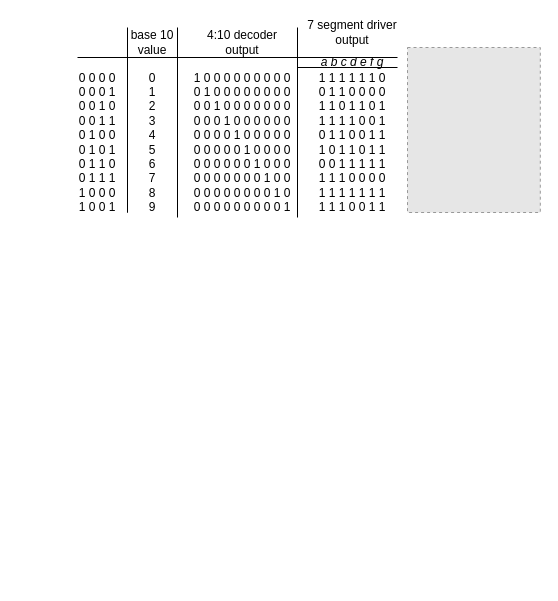
patrick965/CSCS1200S21 keeps this draw.io diagram as page "7 segment driver" (3 of 3) of CSCS1200 Notes.drawio. Above is the earlier version. Source tidied: cells renumbered, new cells numbered last; positions are measured from the earlier drawing's top-left corner, leaving out a move shared by most shapes. Both pictures are drawn from the tidied source at 100%, with x=0, y=0 at pixel (67, 17). Pictures stored in the file or linked from it are replaced by grey dashed boxes.
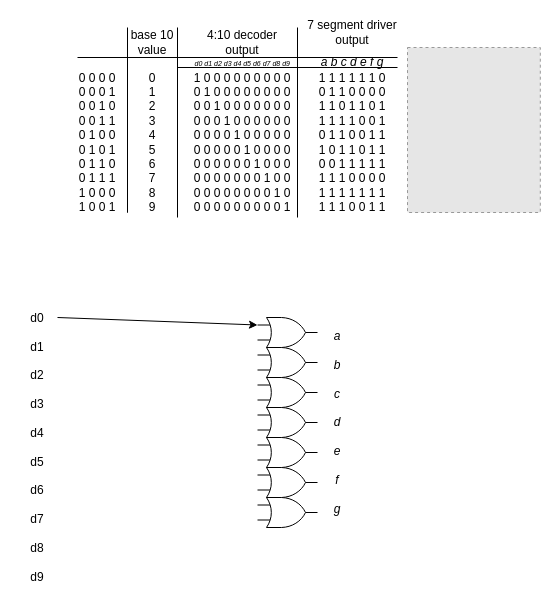
After the change.

Commit message:
started 7 segment logic gates

Diff of the diagram source:
```diff
@@
     <mxCell id="16" style="endArrow=none;html=1;" parent="1" edge="1">
       <mxGeometry relative="1" as="geometry">
-        <mxPoint x="230" y="50" as="sourcePoint" />
+        <mxPoint x="110" y="50" as="sourcePoint" />
         <mxPoint x="330" y="50" as="targetPoint" />
       </mxGeometry>
     </mxCell>
+    <mxCell id="17" value="d0&lt;br&gt;&lt;br&gt;d1&lt;br&gt;&lt;br&gt;d2&lt;br&gt;&lt;br&gt;d3&lt;br&gt;&lt;br&gt;d4&lt;br&gt;&lt;br&gt;d5&lt;br&gt;&lt;br&gt;d6&lt;br&gt;&lt;br&gt;d7&lt;br&gt;&lt;br&gt;d8&lt;br&gt;&lt;br&gt;d9" style="text;html=1;strokeColor=none;fillColor=none;align=center;verticalAlign=middle;whiteSpace=wrap;rounded=0;" parent="1" vertex="1">
+      <mxGeometry x="-50" y="300" width="40" height="260" as="geometry" />
+    </mxCell>
+    <mxCell id="18" value="&lt;i&gt;&lt;font style=&quot;font-size: 7px&quot;&gt;&amp;nbsp; &amp;nbsp; &amp;nbsp; &amp;nbsp; d0 d1 d2 d3 d4 d5 d6 d7 d8 d9&amp;nbsp;&lt;/font&gt;&lt;/i&gt;" style="text;html=1;strokeColor=none;fillColor=none;align=left;verticalAlign=middle;whiteSpace=wrap;rounded=0;" parent="1" vertex="1">
+      <mxGeometry x="110" y="35" width="120" height="20" as="geometry" />
+    </mxCell>
+    <mxCell id="19" value="&lt;i&gt;a&lt;br&gt;&lt;br&gt;b&lt;br&gt;&lt;br&gt;c&lt;br&gt;&lt;br&gt;d&lt;br&gt;&lt;br&gt;e&lt;br&gt;&lt;br&gt;f&lt;br&gt;&lt;br&gt;g&lt;br&gt;&lt;/i&gt;" style="text;html=1;strokeColor=none;fillColor=none;align=center;verticalAlign=middle;whiteSpace=wrap;rounded=0;" parent="1" vertex="1">
+      <mxGeometry x="250" y="310" width="40" height="190" as="geometry" />
+    </mxCell>
+    <mxCell id="20" style="verticalLabelPosition=bottom;shadow=0;dashed=0;align=center;html=1;verticalAlign=top;shape=mxgraph.electrical.logic_gates.logic_gate;operation=or;" parent="1" vertex="1">
+      <mxGeometry x="190" y="300" width="60" height="30" as="geometry" />
+    </mxCell>
+    <mxCell id="21" style="verticalLabelPosition=bottom;shadow=0;dashed=0;align=center;html=1;verticalAlign=top;shape=mxgraph.electrical.logic_gates.logic_gate;operation=or;" parent="1" vertex="1">
+      <mxGeometry x="190" y="330" width="60" height="30" as="geometry" />
+    </mxCell>
+    <mxCell id="22" style="verticalLabelPosition=bottom;shadow=0;dashed=0;align=center;html=1;verticalAlign=top;shape=mxgraph.electrical.logic_gates.logic_gate;operation=or;" parent="1" vertex="1">
+      <mxGeometry x="190" y="360" width="60" height="30" as="geometry" />
+    </mxCell>
+    <mxCell id="23" style="verticalLabelPosition=bottom;shadow=0;dashed=0;align=center;html=1;verticalAlign=top;shape=mxgraph.electrical.logic_gates.logic_gate;operation=or;" parent="1" vertex="1">
+      <mxGeometry x="190" y="390" width="60" height="30" as="geometry" />
+    </mxCell>
+    <mxCell id="24" style="verticalLabelPosition=bottom;shadow=0;dashed=0;align=center;html=1;verticalAlign=top;shape=mxgraph.electrical.logic_gates.logic_gate;operation=or;" parent="1" vertex="1">
+      <mxGeometry x="190" y="420" width="60" height="30" as="geometry" />
+    </mxCell>
+    <mxCell id="25" style="verticalLabelPosition=bottom;shadow=0;dashed=0;align=center;html=1;verticalAlign=top;shape=mxgraph.electrical.logic_gates.logic_gate;operation=or;" parent="1" vertex="1">
+      <mxGeometry x="190" y="450" width="60" height="30" as="geometry" />
+    </mxCell>
+    <mxCell id="26" style="verticalLabelPosition=bottom;shadow=0;dashed=0;align=center;html=1;verticalAlign=top;shape=mxgraph.electrical.logic_gates.logic_gate;operation=or;" parent="1" vertex="1">
+      <mxGeometry x="190" y="480" width="60" height="30" as="geometry" />
+    </mxCell>
+    <mxCell id="27" style="endArrow=classic;html=1;exitX=1;exitY=0;exitDx=0;exitDy=0;entryX=0;entryY=0.25;entryDx=0;entryDy=0;entryPerimeter=0;" parent="1" edge="1" source="17" target="20">
+      <mxGeometry relative="1" as="geometry" />
+    </mxCell>
```
